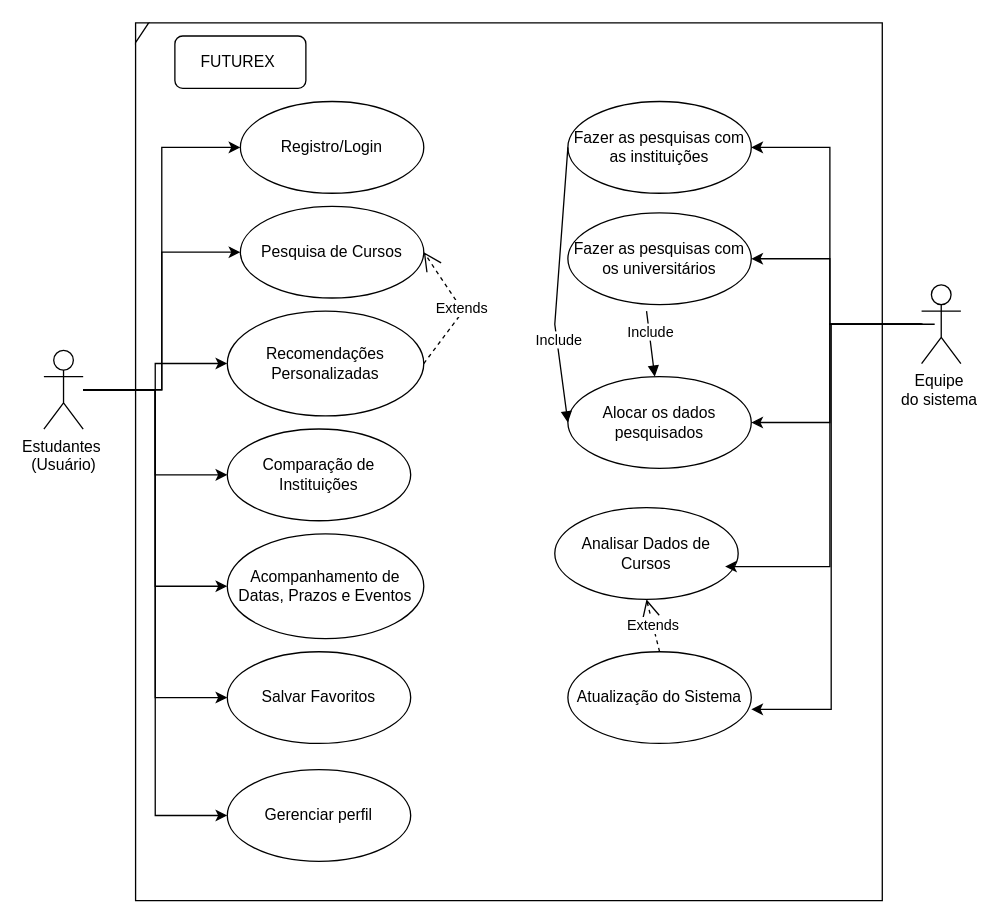
This is CasosDEUsoPRojeto.drawio from arthurvignati/softwareEngineering, a draw.io file, before an edit. Source tidied: cells renumbered, new cells numbered last; positions are measured from the earlier drawing's top-left corner, leaving out a move shared by most shapes. Both pictures are drawn from the tidied source at 131%, with x=0, y=0 at pixel (43, 22).
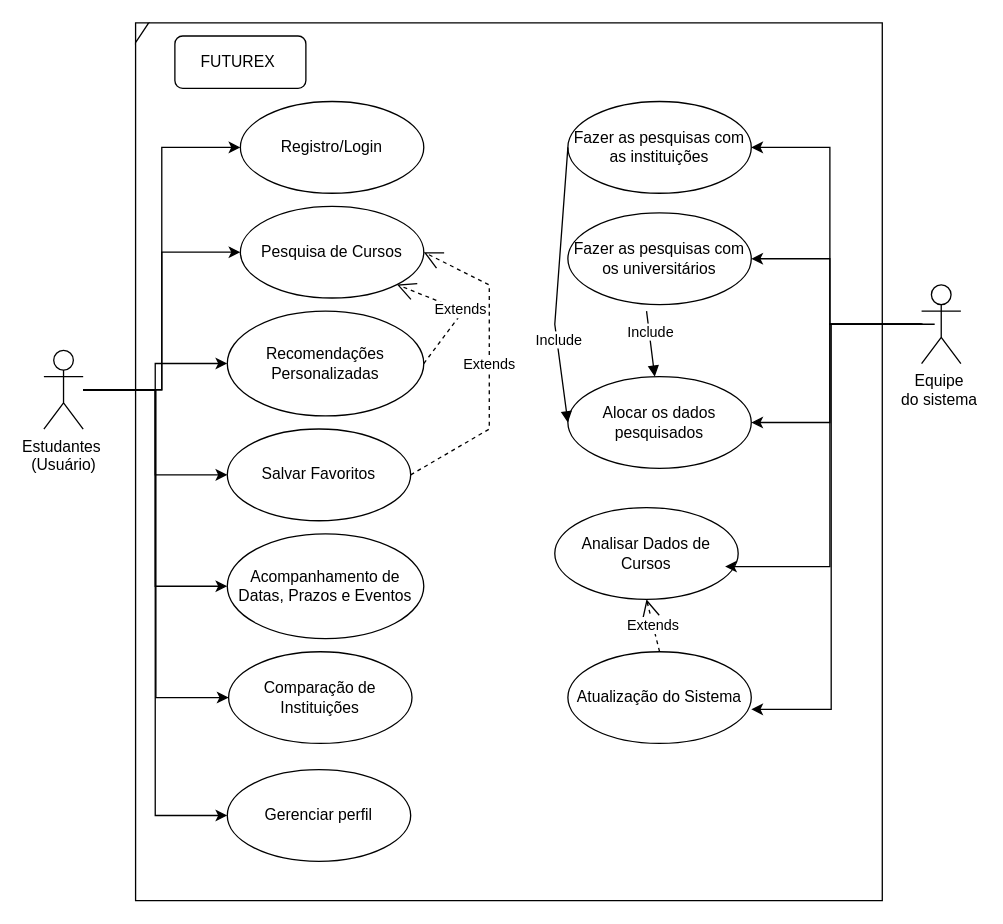
Above is the later version.

Unchanged cells that the change refers to:
```xml
<mxCell id="16" value="Pesquisa de Cursos" style="ellipse;whiteSpace=wrap;html=1;" parent="1" vertex="1">
  <mxGeometry x="150" y="140" width="140" height="70" as="geometry" />
</mxCell>
<mxCell id="17" value="Recomendações Personalizadas" style="ellipse;whiteSpace=wrap;html=1;" parent="1" vertex="1">
  <mxGeometry x="140" y="220" width="150" height="80" as="geometry" />
</mxCell>
```

Diff of the diagram source:
```diff
@@
-    <mxCell id="18" value="Salvar Favoritos" style="ellipse;whiteSpace=wrap;html=1;" parent="1" vertex="1">
-      <mxGeometry x="140" y="480" width="140" height="70" as="geometry" />
+    <mxCell id="18" value="&lt;div&gt;Comparação de Instituições&lt;/div&gt;" style="ellipse;whiteSpace=wrap;html=1;" parent="1" vertex="1">
+      <mxGeometry x="141" y="480" width="140" height="70" as="geometry" />
     </mxCell>
-    <mxCell id="19" value="Comparação de Instituições" style="ellipse;whiteSpace=wrap;html=1;" parent="1" vertex="1">
+    <mxCell id="19" value="Salvar Favoritos" style="ellipse;whiteSpace=wrap;html=1;" parent="1" vertex="1">
       <mxGeometry x="140" y="310" width="140" height="70" as="geometry" />
     </mxCell>
@@
-    <mxCell id="33" value="Extends" style="endArrow=open;endSize=12;dashed=1;html=1;rounded=0;entryX=1;entryY=0.5;entryDx=0;entryDy=0;exitX=1;exitY=0.5;exitDx=0;exitDy=0;" parent="1" edge="1" source="17" target="16">
+    <mxCell id="33" value="Extends" style="endArrow=open;endSize=12;dashed=1;html=1;rounded=0;entryX=1;entryY=1;entryDx=0;entryDy=0;exitX=1;exitY=0.5;exitDx=0;exitDy=0;" parent="1" edge="1" source="17" target="16">
       <mxGeometry relative="1" as="geometry">
         <Array as="points">
           <mxPoint x="320" y="220" />
         </Array>
       </mxGeometry>
     </mxCell>
+    <mxCell id="34" value="Extends" style="endArrow=open;endSize=12;dashed=1;html=1;rounded=0;entryX=1;entryY=0.5;entryDx=0;entryDy=0;exitX=1;exitY=0.5;exitDx=0;exitDy=0;" parent="1" edge="1" source="19" target="16">
+      <mxGeometry relative="1" as="geometry">
+        <Array as="points">
+          <mxPoint x="340" y="310" />
+          <mxPoint x="340" y="200" />
+        </Array>
+      </mxGeometry>
+    </mxCell>
```
